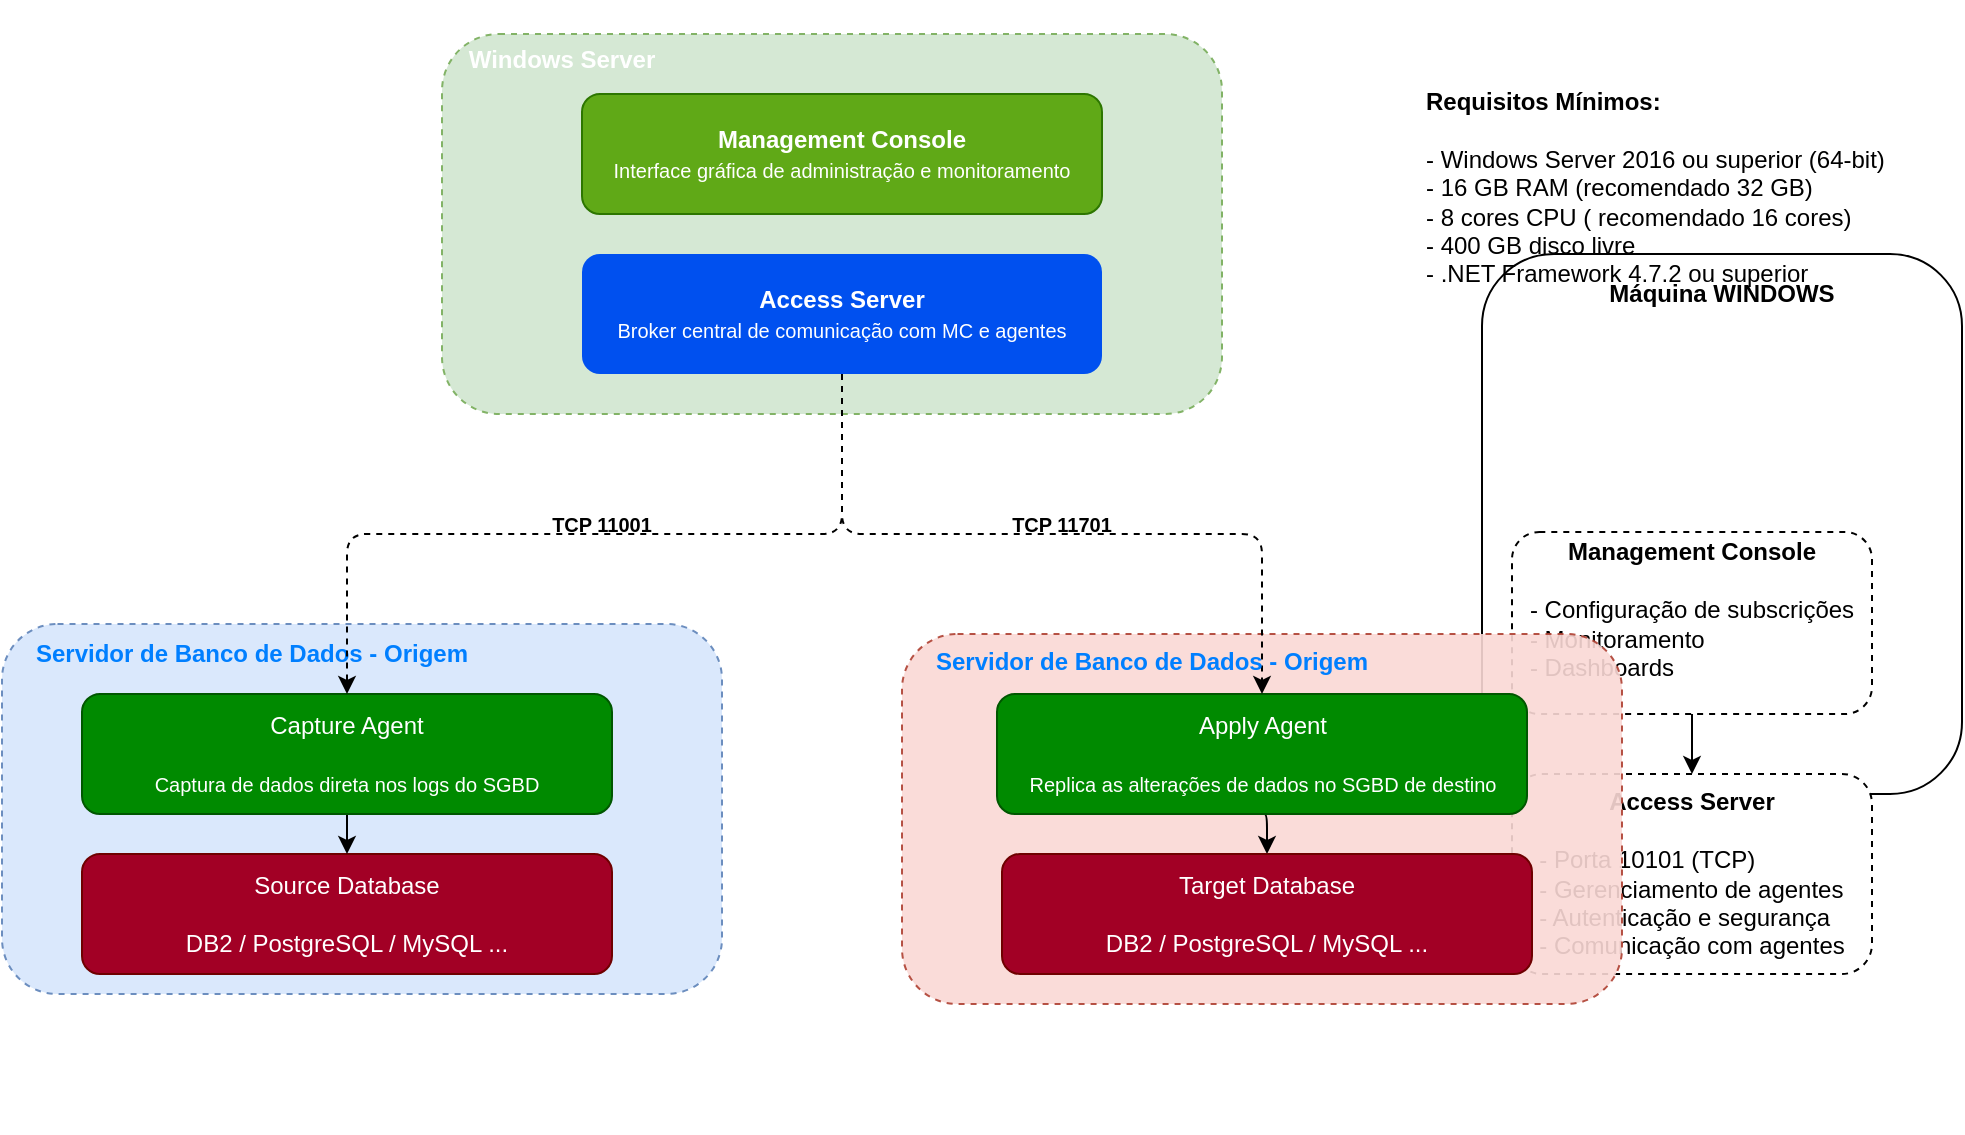
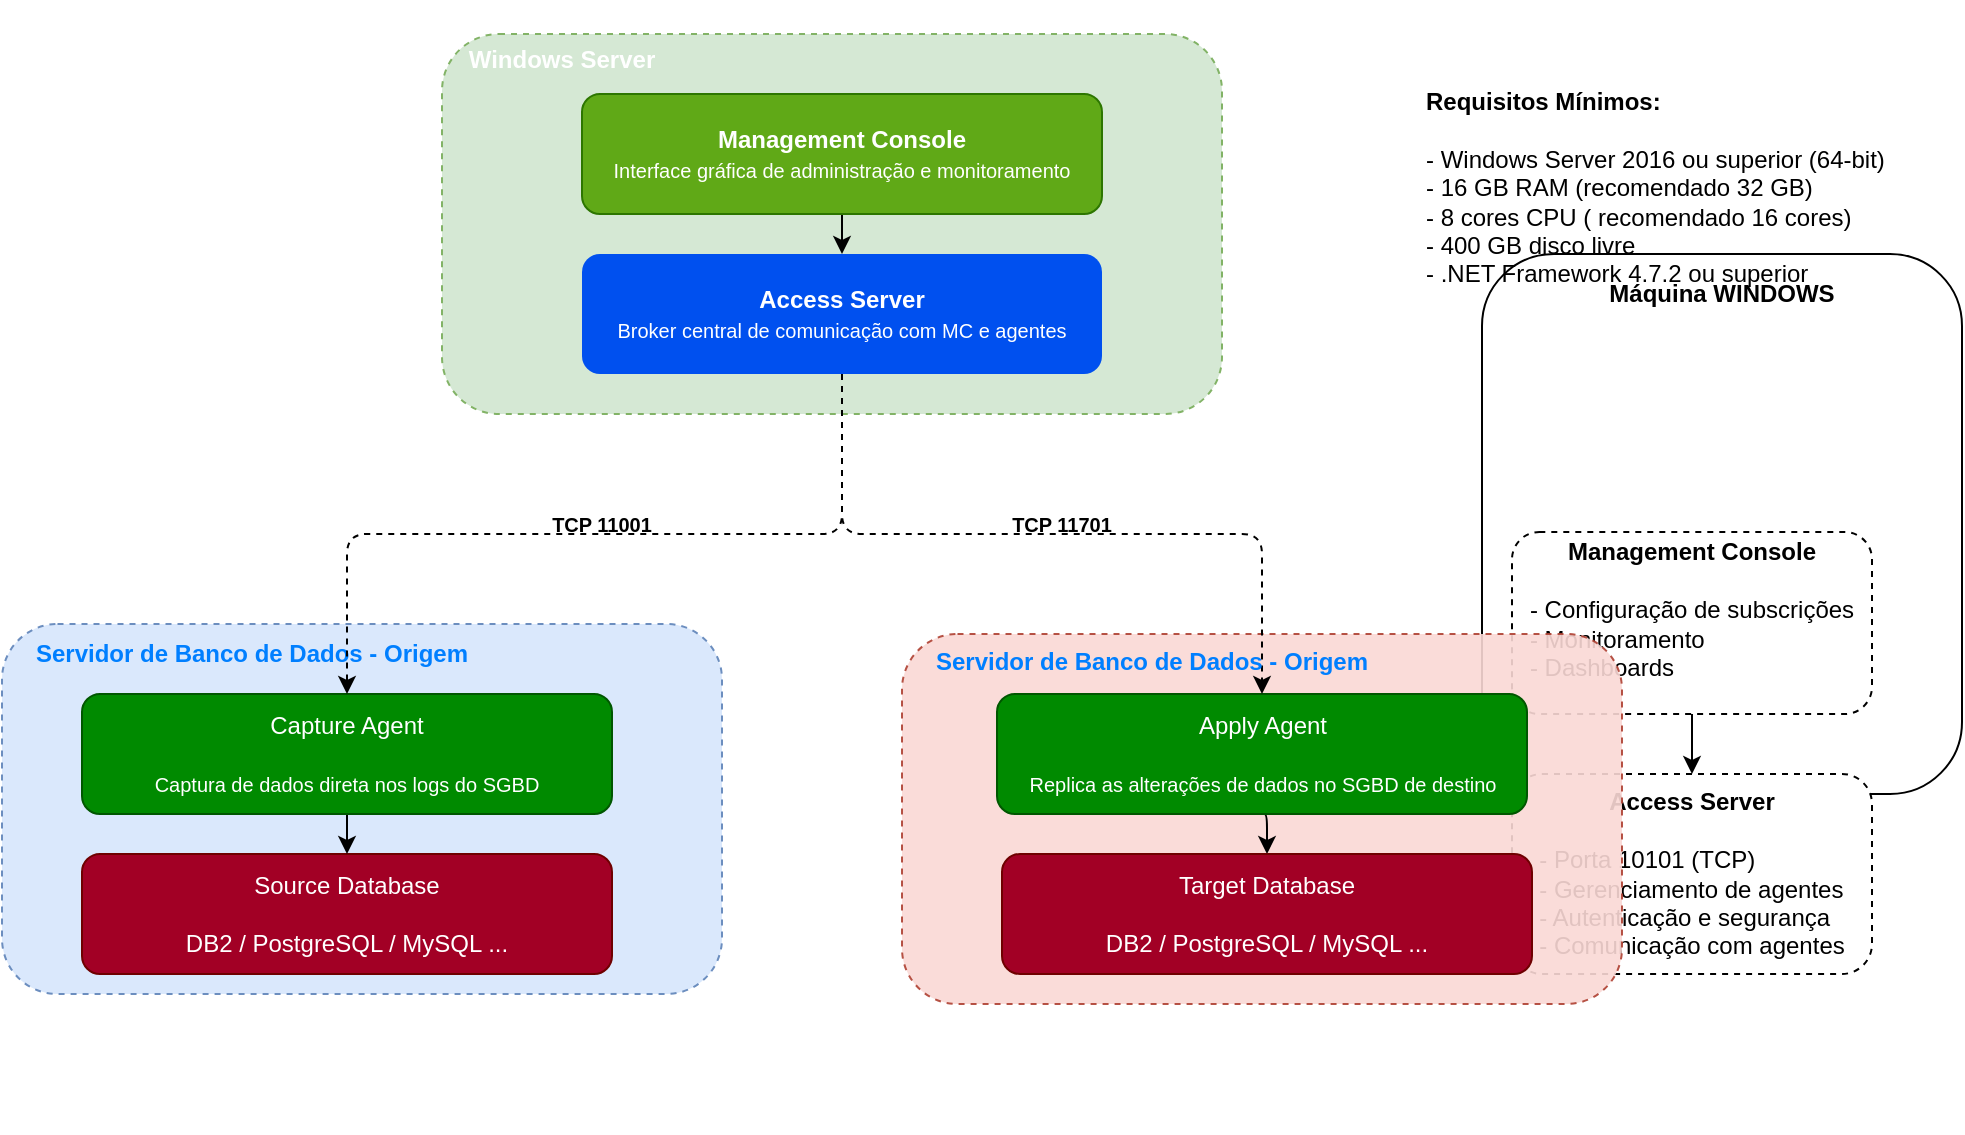
<mxfile host="app.diagrams.net">
  <diagram name="Page-1" id="ufLM51pSvgMN4Yb4cNfk">
    <mxGraphModel dx="1414" dy="766" grid="1" gridSize="10" guides="1" tooltips="1" connect="1" arrows="1" fold="1" page="1" pageScale="1" pageWidth="1169" pageHeight="827" math="0" shadow="0">
      <root>
        <mxCell id="0" />
        <mxCell id="1" parent="0" />
        <mxCell id="JlA0C_7pM_n0fd6ZD8XW-1" parent="1" style="rounded=1;whiteSpace=wrap;html=1;" value="&lt;div&gt;&lt;b&gt;&lt;br&gt;&lt;/b&gt;&lt;/div&gt;&lt;b&gt;&lt;div&gt;&lt;b&gt;&lt;br&gt;&lt;/b&gt;&lt;/div&gt;Máquina WINDOWS&lt;/b&gt;&lt;div&gt;&lt;b&gt;&lt;br&gt;&lt;/b&gt;&lt;div&gt;&lt;div&gt;&lt;b&gt;&lt;br&gt;&lt;/b&gt;&lt;/div&gt;&lt;div&gt;&lt;b&gt;&lt;br&gt;&lt;/b&gt;&lt;/div&gt;&lt;div&gt;&lt;b&gt;&lt;br&gt;&lt;/b&gt;&lt;/div&gt;&lt;div&gt;&lt;b&gt;&lt;br&gt;&lt;/b&gt;&lt;/div&gt;&lt;div&gt;&lt;b&gt;&lt;br&gt;&lt;/b&gt;&lt;/div&gt;&lt;div&gt;&lt;b&gt;&lt;br&gt;&lt;/b&gt;&lt;/div&gt;&lt;div&gt;&lt;b&gt;&lt;br&gt;&lt;/b&gt;&lt;/div&gt;&lt;div&gt;&lt;b&gt;&lt;br&gt;&lt;/b&gt;&lt;/div&gt;&lt;div&gt;&lt;b&gt;&lt;br&gt;&lt;/b&gt;&lt;/div&gt;&lt;div&gt;&lt;b&gt;&lt;br&gt;&lt;/b&gt;&lt;/div&gt;&lt;div&gt;&lt;b&gt;&lt;br&gt;&lt;/b&gt;&lt;/div&gt;&lt;div&gt;&lt;b&gt;&lt;br&gt;&lt;/b&gt;&lt;/div&gt;&lt;div&gt;&lt;b&gt;&lt;br&gt;&lt;/b&gt;&lt;/div&gt;&lt;div&gt;&lt;b&gt;&lt;br&gt;&lt;/b&gt;&lt;/div&gt;&lt;div&gt;&lt;b&gt;&lt;br&gt;&lt;/b&gt;&lt;/div&gt;&lt;div&gt;&lt;b&gt;&lt;br&gt;&lt;/b&gt;&lt;/div&gt;&lt;div&gt;&lt;br&gt;&lt;/div&gt;&lt;/div&gt;&lt;/div&gt;" vertex="1">
          <mxGeometry height="270" width="240" x="910" y="210" as="geometry" />
        </mxCell>
        <mxCell id="JlA0C_7pM_n0fd6ZD8XW-12" edge="1" parent="1" source="JlA0C_7pM_n0fd6ZD8XW-5" style="edgeStyle=orthogonalEdgeStyle;rounded=1;orthogonalLoop=1;jettySize=auto;html=1;" target="JlA0C_7pM_n0fd6ZD8XW-8" value="">
          <mxGeometry relative="1" as="geometry" />
        </mxCell>
        <mxCell id="JlA0C_7pM_n0fd6ZD8XW-5" parent="1" style="rounded=1;whiteSpace=wrap;html=1;dashed=1;" value="&lt;div&gt;&lt;br class=&quot;Apple-interchange-newline&quot;&gt;&lt;br&gt;&lt;/div&gt;&lt;div&gt;&lt;br&gt;&lt;/div&gt;&lt;div&gt;&lt;br&gt;&lt;/div&gt;&lt;b&gt;&lt;div&gt;&lt;b&gt;&lt;br&gt;&lt;/b&gt;&lt;/div&gt;Management Console&lt;/b&gt;&lt;div&gt;&lt;span style=&quot;background-color: transparent; color: light-dark(rgb(0, 0, 0), rgb(255, 255, 255)); text-align: left;&quot;&gt;&lt;br&gt;&lt;/span&gt;&lt;/div&gt;&lt;div&gt;&lt;span style=&quot;background-color: transparent; color: light-dark(rgb(0, 0, 0), rgb(255, 255, 255)); text-align: left;&quot;&gt;- Configuração de subscrições&lt;/span&gt;&lt;/div&gt;&lt;div style=&quot;text-align: left;&quot;&gt;- Monitoramento&lt;/div&gt;&lt;div style=&quot;text-align: left;&quot;&gt;- Dashboards&lt;/div&gt;&lt;div&gt;&lt;br&gt;&lt;/div&gt;&lt;div&gt;&lt;br&gt;&lt;/div&gt;&lt;div&gt;&lt;br&gt;&lt;/div&gt;&lt;div&gt;&lt;br&gt;&lt;/div&gt;&lt;div&gt;&lt;br&gt;&lt;/div&gt;&lt;div&gt;&lt;br&gt;&lt;/div&gt;" vertex="1">
          <mxGeometry height="91" width="180" x="925" y="349" as="geometry" />
        </mxCell>
        <mxCell id="JlA0C_7pM_n0fd6ZD8XW-6" edge="1" parent="1" source="JlA0C_7pM_n0fd6ZD8XW-5" style="edgeStyle=orthogonalEdgeStyle;rounded=1;orthogonalLoop=1;jettySize=auto;html=1;exitX=0.5;exitY=1;exitDx=0;exitDy=0;" target="JlA0C_7pM_n0fd6ZD8XW-5">
          <mxGeometry relative="1" as="geometry" />
        </mxCell>
        <mxCell id="JlA0C_7pM_n0fd6ZD8XW-8" parent="1" style="rounded=1;whiteSpace=wrap;html=1;dashed=1;" value="&lt;div&gt;&lt;br class=&quot;Apple-interchange-newline&quot;&gt;&lt;br&gt;&lt;/div&gt;&lt;div&gt;&lt;br&gt;&lt;/div&gt;&lt;div&gt;&lt;br&gt;&lt;/div&gt;&lt;div&gt;&lt;br&gt;&lt;/div&gt;&lt;b&gt;&lt;div&gt;&lt;b&gt;&lt;br&gt;&lt;/b&gt;&lt;/div&gt;Access Server&lt;br&gt;&lt;/b&gt;&lt;div&gt;&lt;br&gt;&lt;/div&gt;&lt;div style=&quot;text-align: left;&quot;&gt;- Porta 10101 (TCP)&lt;/div&gt;&lt;div style=&quot;text-align: left;&quot;&gt;- Gerenciamento de agentes&lt;/div&gt;&lt;div style=&quot;text-align: left;&quot;&gt;- Autenticação e segurança&lt;/div&gt;&lt;div style=&quot;text-align: left;&quot;&gt;- Comunicação com agentes&lt;/div&gt;&lt;div&gt;&lt;br&gt;&lt;/div&gt;&lt;div&gt;&lt;br&gt;&lt;/div&gt;&lt;div&gt;&lt;br&gt;&lt;/div&gt;&lt;div&gt;&lt;br&gt;&lt;/div&gt;&lt;div&gt;&lt;br&gt;&lt;/div&gt;&lt;div&gt;&lt;br&gt;&lt;/div&gt;" vertex="1">
          <mxGeometry height="100" width="180" x="925" y="470" as="geometry" />
        </mxCell>
        <mxCell id="JlA0C_7pM_n0fd6ZD8XW-11" parent="1" style="text;html=1;whiteSpace=wrap;strokeColor=none;fillColor=none;align=left;verticalAlign=middle;rounded=1;" value="&lt;b&gt;Requisitos Mínimos:&amp;nbsp;&lt;/b&gt;&lt;div&gt;&lt;br&gt;&lt;div&gt;- Windows Server 2016 ou superior (64-bit)&lt;/div&gt;&lt;div&gt;- 16 GB RAM (recomendado 32 GB)&lt;/div&gt;&lt;div&gt;- 8 cores CPU ( recomendado 16 cores)&lt;/div&gt;&lt;div&gt;- 400 GB disco livre&lt;/div&gt;&lt;div&gt;- .NET Framework 4.7.2 ou superior&lt;/div&gt;&lt;/div&gt;" vertex="1">
          <mxGeometry height="94" width="270" x="880" y="130" as="geometry" />
        </mxCell>
        <mxCell id="tYhzWE4TQe1GP2W0sffB-1" parent="1" style="rounded=1;whiteSpace=wrap;html=1;fillColor=#d5e8d4;strokeColor=#82b366;dashed=1;" value="" vertex="1">
          <mxGeometry height="190" width="390" x="390" y="100" as="geometry" />
+         </mxCell>
+         <mxCell id="tYhzWE4TQe1GP2W0sffB-25" edge="1" parent="1" source="tYhzWE4TQe1GP2W0sffB-2" style="edgeStyle=orthogonalEdgeStyle;rounded=1;orthogonalLoop=1;jettySize=auto;html=1;exitX=0.5;exitY=1;exitDx=0;exitDy=0;entryX=0.5;entryY=0;entryDx=0;entryDy=0;" target="tYhzWE4TQe1GP2W0sffB-3">
+           <mxGeometry relative="1" as="geometry" />
        </mxCell>
        <mxCell id="tYhzWE4TQe1GP2W0sffB-2" parent="1" style="rounded=1;whiteSpace=wrap;html=1;fillColor=#60a917;strokeColor=#2D7600;fontColor=#ffffff;" value="&lt;b&gt;Management Console&lt;/b&gt;&lt;div&gt;&lt;font style=&quot;font-size: 10px;&quot;&gt;Interface gráfica de administração e monitoramento&lt;/font&gt;&lt;/div&gt;" vertex="1">
          <mxGeometry height="60" width="260" x="460" y="130" as="geometry" />
        </mxCell>
        <mxCell id="tYhzWE4TQe1GP2W0sffB-3" parent="1" style="rounded=1;whiteSpace=wrap;html=1;fillColor=#0050ef;fontColor=#ffffff;strokeColor=none;" value="&lt;b&gt;Access Server&lt;/b&gt;&lt;div&gt;&lt;font style=&quot;font-size: 10px;&quot;&gt;Broker central de comunicação com MC e agentes&lt;/font&gt;&lt;/div&gt;" vertex="1">
          <mxGeometry height="60" width="260" x="460" y="210" as="geometry" />
        </mxCell>
        <mxCell id="tYhzWE4TQe1GP2W0sffB-6" parent="1" style="text;html=1;whiteSpace=wrap;strokeColor=none;fillColor=none;align=center;verticalAlign=middle;rounded=1;" value="&lt;font style=&quot;color: light-dark(rgb(255, 255, 255), rgb(255, 51, 255));&quot;&gt;&lt;b&gt;Windows Server&lt;/b&gt;&lt;/font&gt;" vertex="1">
          <mxGeometry height="60" width="100" x="400" y="83" as="geometry" />
        </mxCell>
        <mxCell id="tYhzWE4TQe1GP2W0sffB-7" parent="1" style="rounded=1;whiteSpace=wrap;html=1;fillColor=#dae8fc;strokeColor=#6c8ebf;dashed=1;" value="" vertex="1">
          <mxGeometry height="185" width="360" x="170" y="395" as="geometry" />
        </mxCell>
        <mxCell id="tYhzWE4TQe1GP2W0sffB-8" parent="1" style="text;html=1;whiteSpace=wrap;strokeColor=none;fillColor=none;align=center;verticalAlign=middle;rounded=1;" value="&lt;font style=&quot;color: light-dark(rgb(0, 127, 255), rgb(255, 51, 255));&quot;&gt;&lt;b style=&quot;&quot;&gt;Servidor de Banco de Dados - Origem&lt;/b&gt;&lt;/font&gt;" vertex="1">
          <mxGeometry height="60" width="250" x="170" y="380" as="geometry" />
        </mxCell>
        <mxCell id="tYhzWE4TQe1GP2W0sffB-10" parent="1" style="rounded=1;whiteSpace=wrap;html=1;fillColor=#a20025;fontColor=#ffffff;strokeColor=#6F0000;" value="Source Database&lt;div&gt;&lt;br&gt;&lt;/div&gt;&lt;div&gt;DB2 / PostgreSQL / MySQL ...&lt;/div&gt;" vertex="1">
          <mxGeometry height="60" width="265" x="210" y="510" as="geometry" />
        </mxCell>
        <mxCell id="tYhzWE4TQe1GP2W0sffB-16" edge="1" parent="1" source="tYhzWE4TQe1GP2W0sffB-12" style="edgeStyle=orthogonalEdgeStyle;rounded=1;orthogonalLoop=1;jettySize=auto;html=1;exitX=0.5;exitY=1;exitDx=0;exitDy=0;entryX=0.5;entryY=0;entryDx=0;entryDy=0;" target="tYhzWE4TQe1GP2W0sffB-10">
          <mxGeometry relative="1" as="geometry" />
        </mxCell>
        <mxCell id="tYhzWE4TQe1GP2W0sffB-12" parent="1" style="rounded=1;whiteSpace=wrap;html=1;fillColor=#008a00;fontColor=#ffffff;strokeColor=#005700;" value="&lt;div&gt;&lt;br&gt;&lt;/div&gt;Capture Agent&lt;div&gt;&lt;br&gt;&lt;div&gt;&lt;font style=&quot;font-size: 10px;&quot;&gt;Captura de dados direta nos logs do SGBD&lt;/font&gt;&lt;/div&gt;&lt;div&gt;&lt;br&gt;&lt;/div&gt;&lt;/div&gt;" vertex="1">
          <mxGeometry height="60" width="265" x="210" y="430" as="geometry" />
        </mxCell>
        <mxCell id="tYhzWE4TQe1GP2W0sffB-14" edge="1" parent="1" source="tYhzWE4TQe1GP2W0sffB-3" style="edgeStyle=orthogonalEdgeStyle;rounded=1;orthogonalLoop=1;jettySize=auto;html=1;dashed=1;" target="tYhzWE4TQe1GP2W0sffB-12">
          <mxGeometry relative="1" as="geometry" />
        </mxCell>
        <mxCell id="tYhzWE4TQe1GP2W0sffB-15" parent="1" style="text;html=1;whiteSpace=wrap;strokeColor=none;fillColor=none;align=center;verticalAlign=middle;rounded=0;" value="&lt;font style=&quot;font-size: 10px;&quot;&gt;&lt;b&gt;TCP 11001&lt;/b&gt;&lt;/font&gt;" vertex="1">
          <mxGeometry height="30" width="100" x="420" y="330" as="geometry" />
        </mxCell>
        <mxCell id="tYhzWE4TQe1GP2W0sffB-17" parent="1" style="rounded=1;whiteSpace=wrap;html=1;fillColor=#fad9d5;strokeColor=#ae4132;dashed=1;opacity=90;" value="" vertex="1">
          <mxGeometry height="185" width="360" x="620" y="400" as="geometry" />
        </mxCell>
        <mxCell id="tYhzWE4TQe1GP2W0sffB-21" edge="1" parent="1" source="tYhzWE4TQe1GP2W0sffB-18" style="edgeStyle=orthogonalEdgeStyle;rounded=1;orthogonalLoop=1;jettySize=auto;html=1;exitX=0.5;exitY=1;exitDx=0;exitDy=0;entryX=0.5;entryY=0;entryDx=0;entryDy=0;" target="tYhzWE4TQe1GP2W0sffB-19">
          <mxGeometry relative="1" as="geometry" />
        </mxCell>
        <mxCell id="tYhzWE4TQe1GP2W0sffB-18" parent="1" style="rounded=1;whiteSpace=wrap;html=1;fillColor=#008a00;fontColor=#ffffff;strokeColor=#005700;" value="&lt;div&gt;&lt;br&gt;&lt;/div&gt;Apply Agent&lt;div&gt;&lt;br&gt;&lt;div&gt;&lt;span style=&quot;font-size: 10px;&quot;&gt;Replica as alterações de dados no SGBD de destino&lt;/span&gt;&lt;/div&gt;&lt;div&gt;&lt;br&gt;&lt;/div&gt;&lt;/div&gt;" vertex="1">
          <mxGeometry height="60" width="265" x="667.5" y="430" as="geometry" />
        </mxCell>
        <mxCell id="tYhzWE4TQe1GP2W0sffB-19" parent="1" style="rounded=1;whiteSpace=wrap;html=1;fillColor=#a20025;fontColor=#ffffff;strokeColor=#6F0000;" value="Target Database&lt;div&gt;&lt;br&gt;&lt;/div&gt;&lt;div&gt;DB2 / PostgreSQL / MySQL ...&lt;/div&gt;" vertex="1">
          <mxGeometry height="60" width="265" x="670" y="510" as="geometry" />
        </mxCell>
        <mxCell id="tYhzWE4TQe1GP2W0sffB-23" parent="1" style="text;html=1;whiteSpace=wrap;strokeColor=none;fillColor=none;align=center;verticalAlign=middle;rounded=0;" value="&lt;font style=&quot;font-size: 10px;&quot;&gt;&lt;b&gt;TCP 11701&lt;/b&gt;&lt;/font&gt;" vertex="1">
          <mxGeometry height="30" width="100" x="650" y="330" as="geometry" />
        </mxCell>
        <mxCell id="tYhzWE4TQe1GP2W0sffB-22" edge="1" parent="1" source="tYhzWE4TQe1GP2W0sffB-3" style="edgeStyle=orthogonalEdgeStyle;rounded=1;orthogonalLoop=1;jettySize=auto;html=1;entryX=0.5;entryY=0;entryDx=0;entryDy=0;dashed=1;" target="tYhzWE4TQe1GP2W0sffB-18">
          <mxGeometry relative="1" as="geometry">
            <Array as="points">
              <mxPoint x="590" y="350" />
              <mxPoint x="800" y="350" />
            </Array>
          </mxGeometry>
        </mxCell>
        <mxCell id="tYhzWE4TQe1GP2W0sffB-24" parent="1" style="text;html=1;whiteSpace=wrap;strokeColor=none;fillColor=none;align=center;verticalAlign=middle;rounded=1;" value="&lt;font style=&quot;color: light-dark(rgb(0, 127, 255), rgb(255, 51, 255));&quot;&gt;&lt;b style=&quot;&quot;&gt;Servidor de Banco de Dados - Origem&lt;/b&gt;&lt;/font&gt;" vertex="1">
          <mxGeometry height="60" width="250" x="620" y="384" as="geometry" />
        </mxCell>
      </root>
    </mxGraphModel>
  </diagram>
</mxfile>
